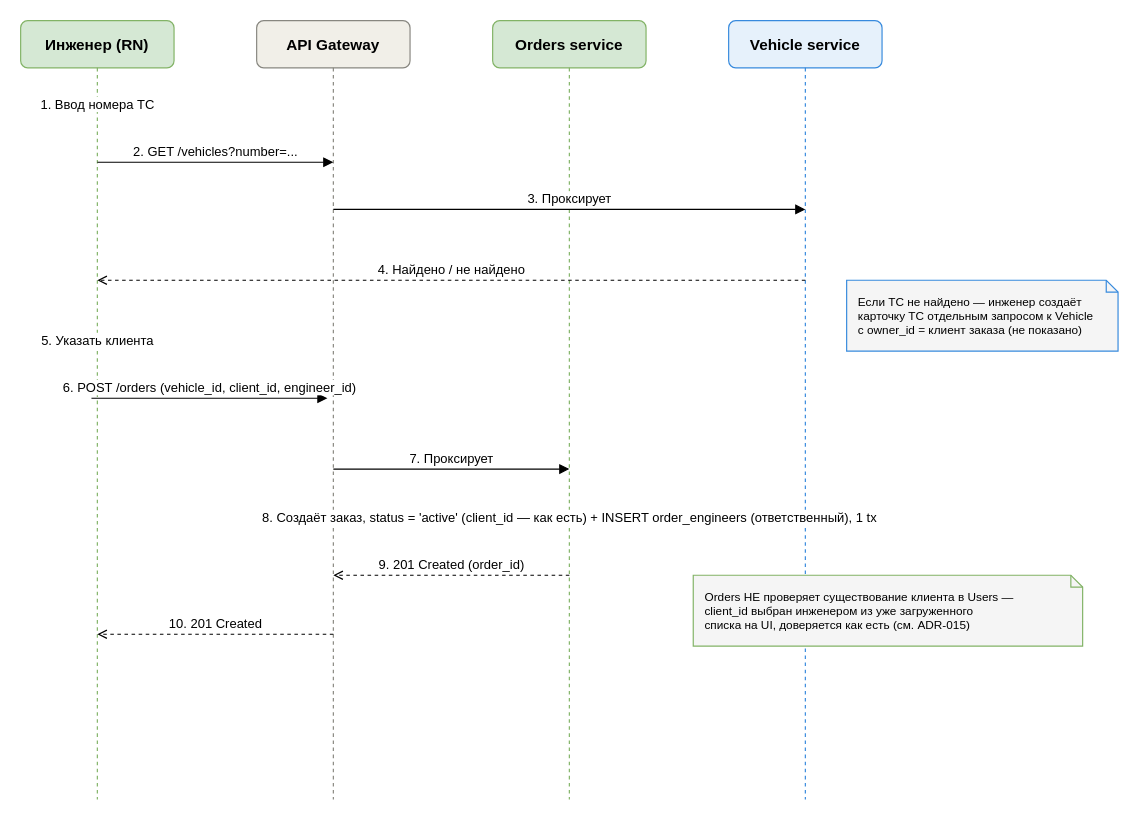
The draw.io diagram uml/sequence/sequence-create-order.drawio in TFRunity/sto, before the edit. Source tidied: cells renumbered, new cells numbered last; positions are measured from the earlier drawing's top-left corner, leaving out a move shared by most shapes. Both pictures are drawn from the tidied source at 118%, with x=0, y=0 at pixel (20, 20).
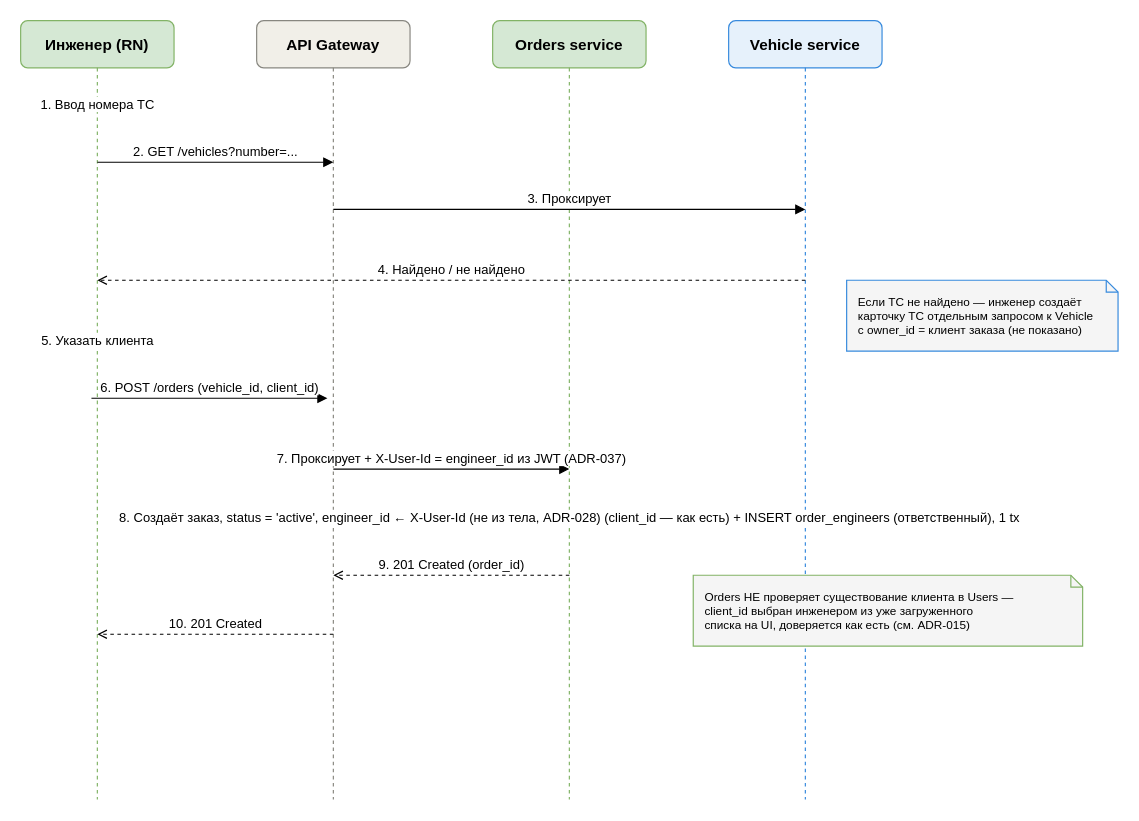
Above is the later version.

The edit, as a diff of the source:
```diff
@@
-    <mxCell id="16" value="6. POST /orders (vehicle_id, client_id, engineer_id)" style="html=1;endArrow=block;fontSize=11;align=center;verticalAlign=bottom;" parent="1" edge="1">
+    <mxCell id="16" value="6. POST /orders (vehicle_id, client_id)" style="html=1;endArrow=block;fontSize=11;align=center;verticalAlign=bottom;" parent="1" edge="1">
       <mxGeometry relative="1" as="geometry">
         <mxPoint x="60" y="320" as="sourcePoint" />
         <mxPoint x="260" y="320" as="targetPoint" />
       </mxGeometry>
     </mxCell>
-    <mxCell id="17" value="7. Проксирует" style="html=1;endArrow=block;fontSize=11;align=center;verticalAlign=bottom;" parent="1" edge="1">
+    <mxCell id="17" value="7. Проксирует + X-User-Id = engineer_id из JWT (ADR-037)" style="html=1;endArrow=block;fontSize=11;align=center;verticalAlign=bottom;" parent="1" edge="1">
       <mxGeometry relative="1" as="geometry">
         <mxPoint x="265" y="380" as="sourcePoint" />
         <mxPoint x="465" y="380" as="targetPoint" />
       </mxGeometry>
     </mxCell>
-    <mxCell id="18" value="8. Создаёт заказ, status = 'active' (client_id — как есть) + INSERT order_engineers (ответственный), 1 tx" style="html=1;endArrow=none;fontSize=11;align=center;verticalAlign=bottom;" parent="1" edge="1">
+    <mxCell id="18" value="8. Создаёт заказ, status = 'active', engineer_id ← X-User-Id (не из тела, ADR-028) (client_id — как есть) + INSERT order_engineers (ответственный), 1 tx" style="html=1;endArrow=none;fontSize=11;align=center;verticalAlign=bottom;" parent="1" edge="1">
       <mxGeometry relative="1" as="geometry">
         <mxPoint x="465" y="430" as="sourcePoint" />
         <mxPoint x="465" y="430" as="targetPoint" />
       </mxGeometry>
     </mxCell>
```
